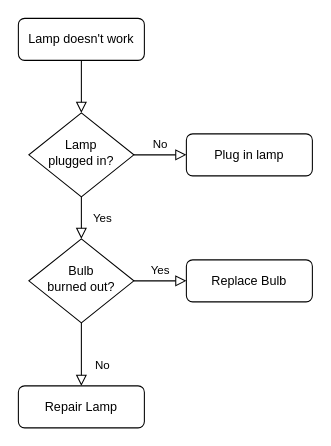
Before: 文档溯源.drawio in stephenZkang/diagrams, a draw.io diagram. Source tidied: cells renumbered, new cells numbered last; positions are measured from the earlier drawing's top-left corner, leaving out a move shared by most shapes. Both pictures are drawn from the tidied source at 105%, with x=0, y=0 at pixel (18, 18).
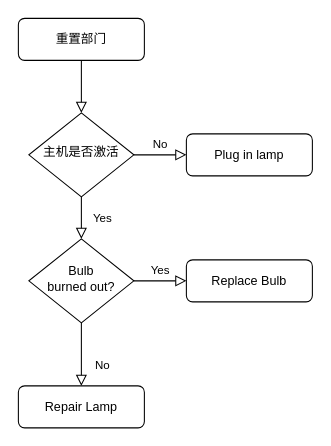
The same page after the edit.

Commit message:
更新文档溯源.drawio

The edit, as a diff of the source:
```diff
@@
 <mxGraphModel>
   <root>
     <mxCell id="0" />
     <mxCell id="1" parent="0" />
     <mxCell id="2" style="rounded=0;html=1;jettySize=auto;fontSize=11;endArrow=block;endFill=0;endSize=8;strokeWidth=1;shadow=0;labelBackgroundColor=none;edgeStyle=orthogonalEdgeStyle;" parent="1" edge="1" source="3" target="6">
       <mxGeometry relative="1" as="geometry" />
     </mxCell>
-    <mxCell id="3" value="Lamp doesn't work" style="rounded=1;whiteSpace=wrap;html=1;fontSize=12;glass=0;strokeWidth=1;shadow=0;" parent="1" vertex="1">
+    <mxCell id="3" value="重置部门" style="rounded=1;whiteSpace=wrap;html=1;fontSize=12;glass=0;strokeWidth=1;shadow=0;" parent="1" vertex="1">
       <mxGeometry width="120" height="40" as="geometry" />
     </mxCell>
     <mxCell id="4" value="Yes" style="rounded=0;html=1;jettySize=auto;fontSize=11;endArrow=block;endFill=0;endSize=8;strokeWidth=1;shadow=0;labelBackgroundColor=none;edgeStyle=orthogonalEdgeStyle;" parent="1" edge="1" source="6" target="10">
       <mxGeometry y="20" relative="1" as="geometry" />
     </mxCell>
     <mxCell id="5" value="No" style="edgeStyle=orthogonalEdgeStyle;rounded=0;html=1;jettySize=auto;fontSize=11;endArrow=block;endFill=0;endSize=8;strokeWidth=1;shadow=0;labelBackgroundColor=none;" parent="1" edge="1" source="6" target="7">
       <mxGeometry y="10" relative="1" as="geometry" />
     </mxCell>
-    <mxCell id="6" value="Lamp&lt;br&gt;plugged in?" style="rhombus;whiteSpace=wrap;html=1;shadow=0;fontFamily=Helvetica;fontSize=12;align=center;strokeWidth=1;spacing=6;spacingTop=-4;" parent="1" vertex="1">
+    <mxCell id="6" value="主机是否激活" style="rhombus;whiteSpace=wrap;html=1;shadow=0;fontFamily=Helvetica;fontSize=12;align=center;strokeWidth=1;spacing=6;spacingTop=-4;" parent="1" vertex="1">
       <mxGeometry x="10" y="90" width="100" height="80" as="geometry" />
     </mxCell>
     <mxCell id="7" value="Plug in lamp" style="rounded=1;whiteSpace=wrap;html=1;fontSize=12;glass=0;strokeWidth=1;shadow=0;" parent="1" vertex="1">
       <mxGeometry x="160" y="110" width="120" height="40" as="geometry" />
     </mxCell>
     <mxCell id="8" value="No" style="rounded=0;html=1;jettySize=auto;fontSize=11;endArrow=block;endFill=0;endSize=8;strokeWidth=1;shadow=0;labelBackgroundColor=none;edgeStyle=orthogonalEdgeStyle;" parent="1" edge="1" source="10" target="11">
       <mxGeometry x="0.33" y="20" relative="1" as="geometry" />
     </mxCell>
     <mxCell id="9" value="Yes" style="edgeStyle=orthogonalEdgeStyle;rounded=0;html=1;jettySize=auto;fontSize=11;endArrow=block;endFill=0;endSize=8;strokeWidth=1;shadow=0;labelBackgroundColor=none;" parent="1" edge="1" source="10" target="12">
       <mxGeometry y="10" relative="1" as="geometry" />
     </mxCell>
     <mxCell id="10" value="Bulb&lt;br&gt;burned out?" style="rhombus;whiteSpace=wrap;html=1;shadow=0;fontFamily=Helvetica;fontSize=12;align=center;strokeWidth=1;spacing=6;spacingTop=-4;" parent="1" vertex="1">
       <mxGeometry x="10" y="210" width="100" height="80" as="geometry" />
     </mxCell>
     <mxCell id="11" value="Repair Lamp" style="rounded=1;whiteSpace=wrap;html=1;fontSize=12;glass=0;strokeWidth=1;shadow=0;" parent="1" vertex="1">
       <mxGeometry y="350" width="120" height="40" as="geometry" />
     </mxCell>
     <mxCell id="12" value="Replace Bulb" style="rounded=1;whiteSpace=wrap;html=1;fontSize=12;glass=0;strokeWidth=1;shadow=0;" parent="1" vertex="1">
       <mxGeometry x="160" y="230" width="120" height="40" as="geometry" />
     </mxCell>
   </root>
 </mxGraphModel>
```
